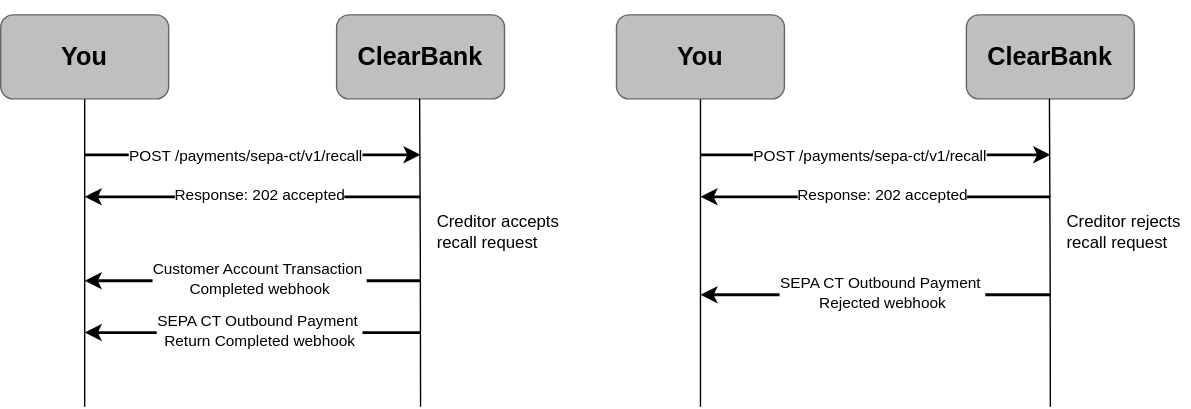
Above: static/assets/images/sepa-ct-recall-request.svg in clearbank/clearbank.github.io (draw.io), before the change. Source tidied: cells renumbered, new cells last; positions are measured from the earlier drawing's top-left corner, leaving out a move shared by most shapes.
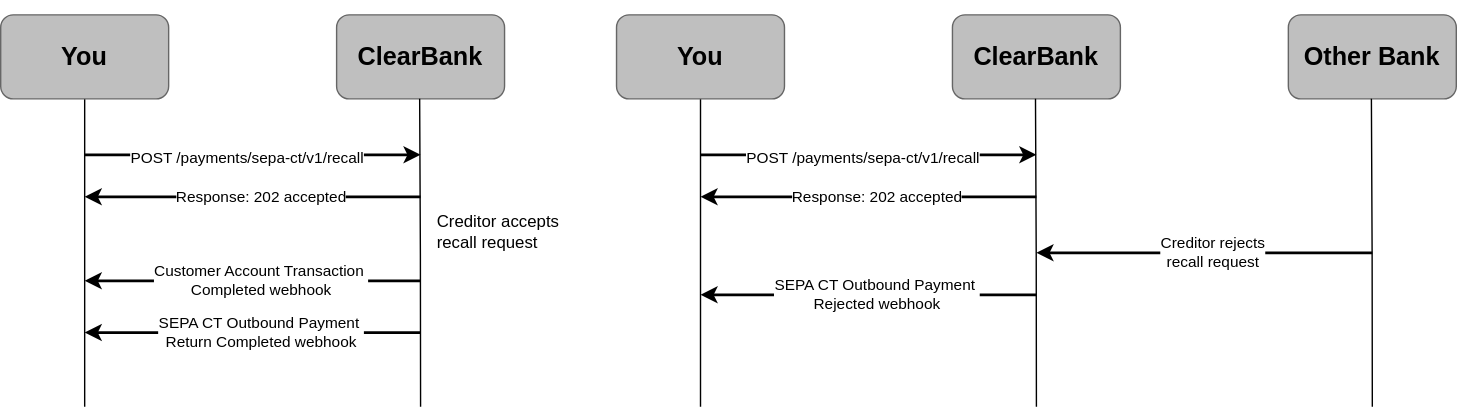
After the change.

Commit message:
with Other Bank

Diff of the diagram source:
```diff
@@ -67,12 +67,12 @@
       </mxGeometry>
     </mxCell>
     <mxCell id="15" value="ClearBank" style="rounded=1;whiteSpace=wrap;html=1;strokeColor=#666666;fillColor=#BFBFBF;gradientColor=none;fontFamily=Arial;fontStyle=1;fontSize=18;" parent="1" vertex="1">
-      <mxGeometry x="690" y="10" width="120" height="60" as="geometry" />
+      <mxGeometry x="680" y="10" width="120" height="60" as="geometry" />
     </mxCell>
     <mxCell id="16" style="edgeStyle=orthogonalEdgeStyle;rounded=0;orthogonalLoop=1;jettySize=auto;html=1;endArrow=none;endFill=0;fontFamily=Arial;" parent="1" edge="1">
       <mxGeometry relative="1" as="geometry">
-        <mxPoint x="749.3" y="70" as="sourcePoint" />
-        <mxPoint x="750" y="290" as="targetPoint" />
+        <mxPoint x="739.3" y="70" as="sourcePoint" />
+        <mxPoint x="740" y="290" as="targetPoint" />
       </mxGeometry>
     </mxCell>
     <mxCell id="17" style="edgeStyle=orthogonalEdgeStyle;rounded=0;jettySize=auto;html=1;endArrow=none;endFill=0;fontFamily=Arial;" parent="1" edge="1" source="18">
@@ -89,7 +89,7 @@
     <mxCell id="20" style="endArrow=classic;html=1;rounded=0;strokeWidth=2;fontFamily=Arial;" parent="1" edge="1">
       <mxGeometry relative="1" as="geometry">
         <mxPoint x="500" y="110" as="sourcePoint" />
-        <mxPoint x="750" y="110" as="targetPoint" />
+        <mxPoint x="740" y="110" as="targetPoint" />
       </mxGeometry>
     </mxCell>
     <mxCell id="21" value="&lt;div&gt;POST /payments/sepa-ct/v1/recall&lt;/div&gt;" style="edgeLabel;html=1;align=center;verticalAlign=middle;fontFamily=Arial;" parent="20" vertex="1">
@@ -99,7 +99,7 @@
     </mxCell>
     <mxCell id="22" style="endArrow=classic;html=1;rounded=0;strokeWidth=2;fontFamily=Arial;" parent="1" edge="1">
       <mxGeometry relative="1" as="geometry">
-        <mxPoint x="750" y="140" as="sourcePoint" />
+        <mxPoint x="740" y="140" as="sourcePoint" />
         <mxPoint x="500" y="140" as="targetPoint" />
       </mxGeometry>
     </mxCell>
@@ -110,7 +110,7 @@
     </mxCell>
     <mxCell id="24" style="endArrow=classic;html=1;rounded=0;strokeWidth=2;fontFamily=Arial;" parent="1" edge="1">
       <mxGeometry relative="1" as="geometry">
-        <mxPoint x="750" y="210" as="sourcePoint" />
+        <mxPoint x="740" y="210" as="sourcePoint" />
         <mxPoint x="500" y="210" as="targetPoint" />
       </mxGeometry>
     </mxCell>
@@ -119,11 +119,28 @@
         <mxPoint x="15" as="offset" />
       </mxGeometry>
     </mxCell>
+    <mxCell id="27" value="Creditor accepts recall request" style="text;html=1;align=left;verticalAlign=middle;whiteSpace=wrap;rounded=0;" parent="1" vertex="1">
+      <mxGeometry x="310" y="150" width="90" height="30" as="geometry" />
+    </mxCell>
+    <mxCell id="28" style="endArrow=classic;html=1;rounded=0;strokeWidth=2;fontFamily=Arial;" parent="1" edge="1">
+      <mxGeometry relative="1" as="geometry">
+        <mxPoint x="980" y="180" as="sourcePoint" />
+        <mxPoint x="740" y="180" as="targetPoint" />
+      </mxGeometry>
+    </mxCell>
-    <mxCell id="26" value="Creditor rejects recall request" style="text;html=1;align=left;verticalAlign=middle;whiteSpace=wrap;rounded=0;" parent="1" vertex="1">
-      <mxGeometry x="760" y="150" width="90" height="30" as="geometry" />
+    <mxCell id="26" value="&lt;div&gt;Creditor rejects&lt;br&gt;recall request&lt;/div&gt;" style="edgeLabel;html=1;align=center;verticalAlign=middle;fontFamily=Arial;" parent="28" vertex="1">
+      <mxGeometry x="0.09" y="-1" relative="1" as="geometry">
+        <mxPoint x="15" as="offset" />
+      </mxGeometry>
     </mxCell>
-    <mxCell id="27" value="Creditor accepts recall request" style="text;html=1;align=left;verticalAlign=middle;whiteSpace=wrap;rounded=0;" parent="1" vertex="1">
-      <mxGeometry x="310" y="150" width="90" height="30" as="geometry" />
-    </mxCell>
+    <mxCell id="29" value="Other Bank" style="rounded=1;whiteSpace=wrap;html=1;strokeColor=#666666;fillColor=#BFBFBF;gradientColor=none;fontFamily=Arial;fontStyle=1;fontSize=18;" parent="1" vertex="1">
+      <mxGeometry x="920" y="10" width="120" height="60" as="geometry" />
+    </mxCell>
+    <mxCell id="30" style="edgeStyle=orthogonalEdgeStyle;rounded=0;orthogonalLoop=1;jettySize=auto;html=1;endArrow=none;endFill=0;fontFamily=Arial;" parent="1" edge="1">
+      <mxGeometry relative="1" as="geometry">
+        <mxPoint x="979.3" y="70" as="sourcePoint" />
+        <mxPoint x="980" y="290" as="targetPoint" />
+      </mxGeometry>
+    </mxCell>
   </root>
 </mxGraphModel>
```
